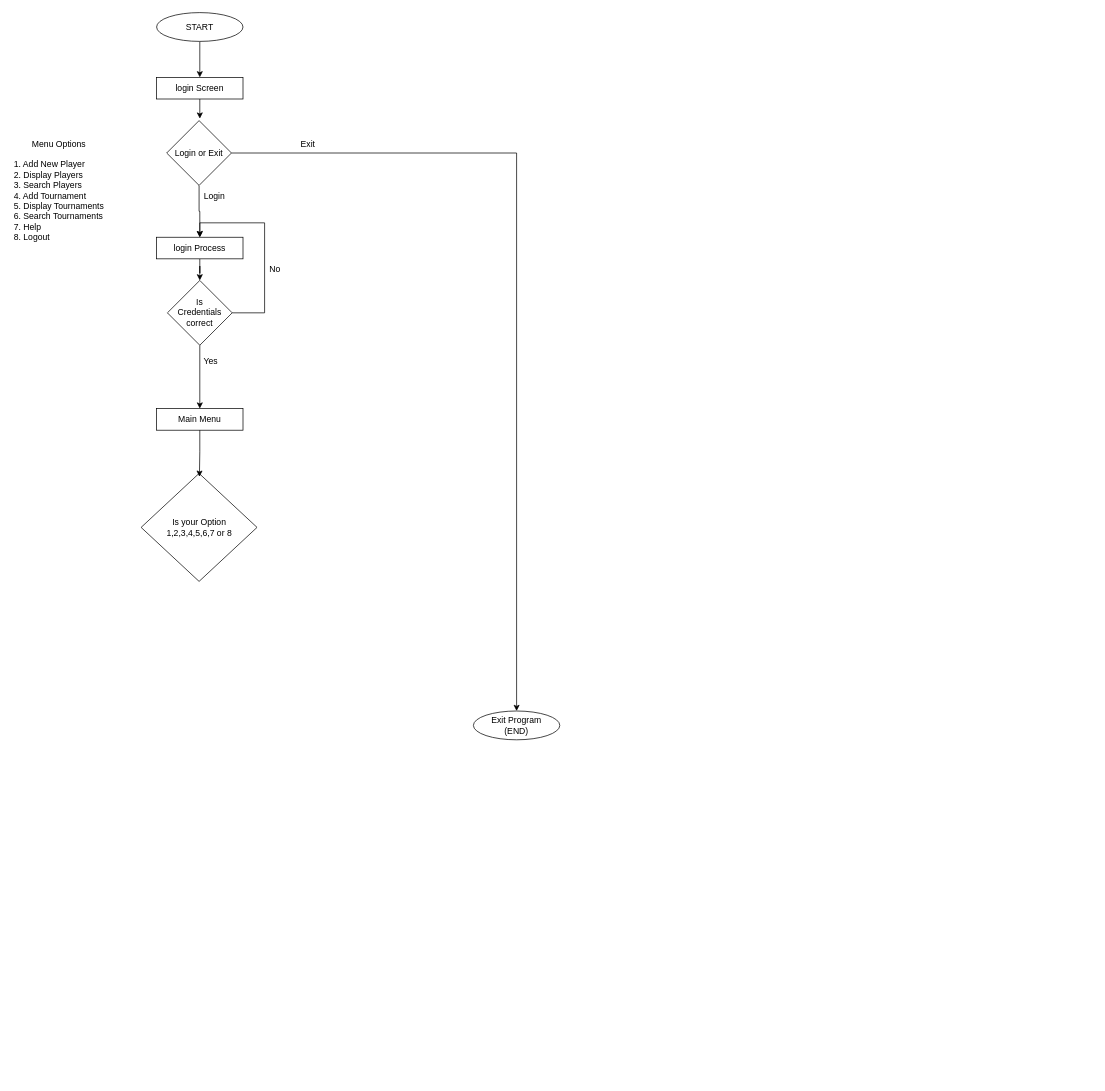
The draw.io diagram javaChessAcademy.drawio in Anuja-jayasinghe/DrawIo_Projects, before the edit. Source tidied: cells renumbered, new cells numbered last; positions are measured from the earlier drawing's top-left corner, leaving out a move shared by most shapes. Both pictures are drawn from the tidied source at 72%, with x=0, y=0 at pixel (12, 12).
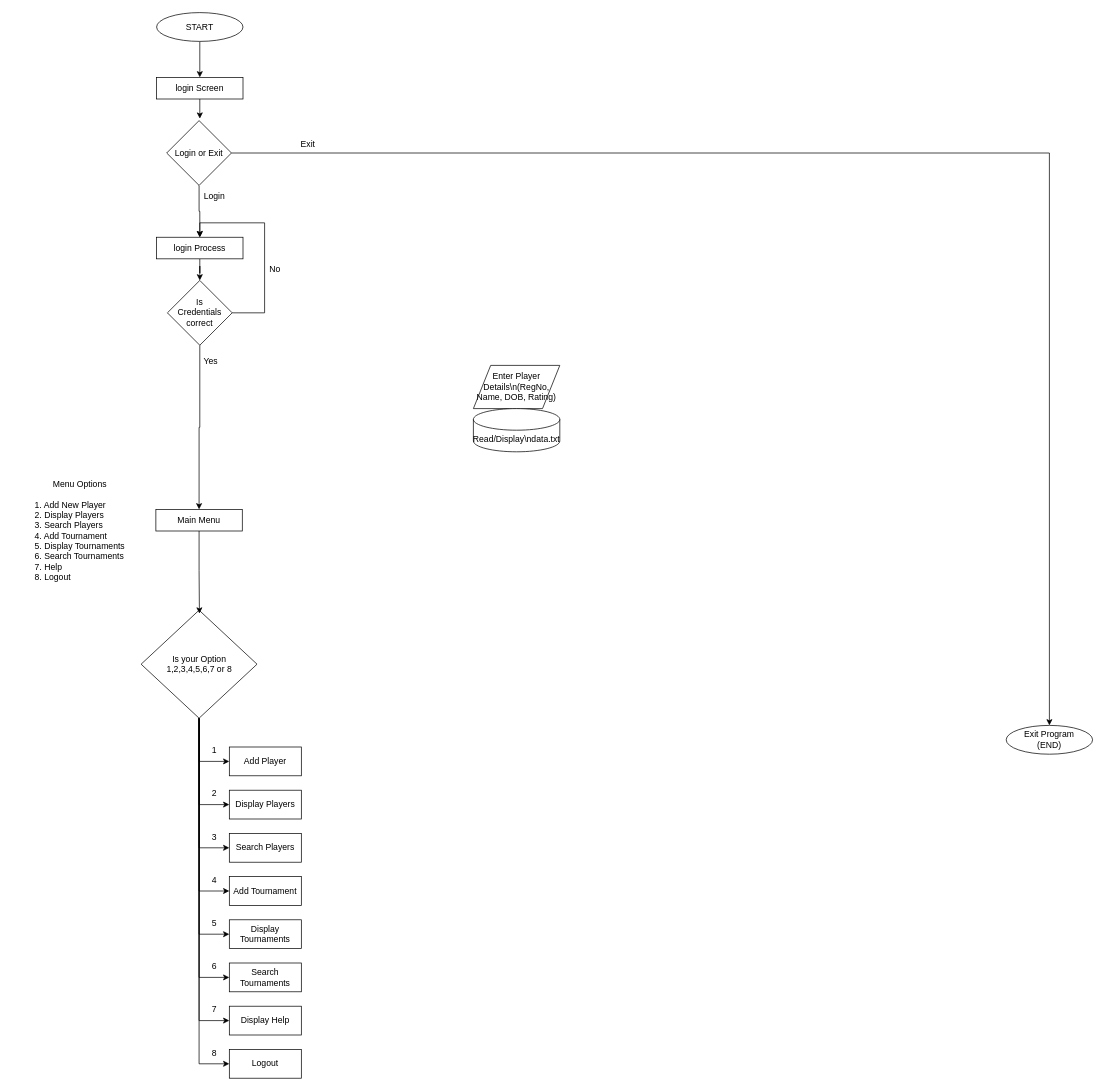
The same diagram, later.

Diff of the diagram source:
```diff
@@
     <mxCell id="8" value="Exit Program&lt;div&gt;(END)&lt;/div&gt;" style="ellipse;whiteSpace=wrap;html=1;" parent="1" vertex="1">
-      <mxGeometry x="640" y="970" width="120" height="40" as="geometry" />
+      <mxGeometry x="1380" y="990" width="120" height="40" as="geometry" />
     </mxCell>
@@
     <mxCell id="19" value="Main Menu" style="rounded=0;whiteSpace=wrap;html=1;" parent="1" vertex="1">
-      <mxGeometry x="200" y="550" width="120" height="30" as="geometry" />
+      <mxGeometry x="199" y="690" width="120" height="30" as="geometry" />
     </mxCell>
+    <mxCell id="23" style="edgeStyle=orthogonalEdgeStyle;rounded=0;jettySize=auto;html=1;entryX=0;entryY=0.5;entryDx=0;entryDy=0;" parent="1" edge="1" source="20" target="31">
+      <mxGeometry relative="1" as="geometry" />
+    </mxCell>
+    <mxCell id="24" style="edgeStyle=orthogonalEdgeStyle;rounded=0;jettySize=auto;html=1;entryX=0;entryY=0.5;entryDx=0;entryDy=0;" parent="1" edge="1" source="20" target="32">
+      <mxGeometry relative="1" as="geometry" />
+    </mxCell>
+    <mxCell id="25" style="edgeStyle=orthogonalEdgeStyle;rounded=0;jettySize=auto;html=1;entryX=0;entryY=0.5;entryDx=0;entryDy=0;" parent="1" edge="1" source="20" target="33">
+      <mxGeometry relative="1" as="geometry" />
+    </mxCell>
+    <mxCell id="26" style="edgeStyle=orthogonalEdgeStyle;rounded=0;jettySize=auto;html=1;entryX=0;entryY=0.5;entryDx=0;entryDy=0;" parent="1" edge="1" source="20" target="34">
+      <mxGeometry relative="1" as="geometry" />
+    </mxCell>
+    <mxCell id="27" style="edgeStyle=orthogonalEdgeStyle;rounded=0;jettySize=auto;html=1;entryX=0;entryY=0.5;entryDx=0;entryDy=0;" parent="1" edge="1" source="20" target="35">
+      <mxGeometry relative="1" as="geometry" />
+    </mxCell>
+    <mxCell id="28" style="edgeStyle=orthogonalEdgeStyle;rounded=0;jettySize=auto;html=1;entryX=0;entryY=0.5;entryDx=0;entryDy=0;" parent="1" edge="1" source="20" target="36">
+      <mxGeometry relative="1" as="geometry" />
+    </mxCell>
+    <mxCell id="29" style="edgeStyle=orthogonalEdgeStyle;rounded=0;jettySize=auto;html=1;entryX=0;entryY=0.5;entryDx=0;entryDy=0;" parent="1" edge="1" source="20" target="37">
+      <mxGeometry relative="1" as="geometry" />
+    </mxCell>
+    <mxCell id="30" style="edgeStyle=orthogonalEdgeStyle;rounded=0;jettySize=auto;html=1;entryX=0;entryY=0.5;entryDx=0;entryDy=0;" parent="1" edge="1" source="20" target="40">
+      <mxGeometry relative="1" as="geometry" />
+    </mxCell>
     <mxCell id="20" value="&lt;div&gt;Is your Option&lt;/div&gt;1,2,3,4,5,6,7 or 8" style="rhombus;whiteSpace=wrap;html=1;" parent="1" vertex="1">
-      <mxGeometry x="178.5" y="640" width="161" height="150" as="geometry" />
+      <mxGeometry x="178.5" y="830" width="161" height="150" as="geometry" />
     </mxCell>
@@
     <mxCell id="22" value="&lt;div style=&quot;text-align: center;&quot;&gt;Menu Options&lt;/div&gt;&lt;div&gt;&lt;br&gt;&lt;/div&gt;&lt;div&gt;1. Add New Player&lt;/div&gt;&lt;div&gt;2. Display Players&lt;/div&gt;&lt;div&gt;3. Search Players&lt;/div&gt;&lt;div&gt;4. Add Tournament&lt;/div&gt;&lt;div&gt;&lt;span style=&quot;background-color: transparent; color: light-dark(rgb(0, 0, 0), rgb(255, 255, 255));&quot;&gt;5. Display Tournaments&lt;/span&gt;&lt;/div&gt;&lt;div&gt;6. Search Tournaments&lt;/div&gt;&lt;div&gt;&lt;span style=&quot;background-color: transparent; color: light-dark(rgb(0, 0, 0), rgb(255, 255, 255));&quot;&gt;7. Help&lt;/span&gt;&lt;/div&gt;&lt;div style=&quot;&quot;&gt;8. Logout&lt;/div&gt;" style="text;html=1;align=left;verticalAlign=middle;strokeColor=none;fillColor=none;" parent="1" vertex="1">
-      <mxGeometry y="167" width="150" height="160" as="geometry" />
+      <mxGeometry x="28.5" y="640" width="150" height="160" as="geometry" />
     </mxCell>
+    <mxCell id="31" value="Add Player" style="rounded=0;whiteSpace=wrap;html=1;" parent="1" vertex="1">
+      <mxGeometry x="301" y="1020" width="100" height="40" as="geometry" />
+    </mxCell>
+    <mxCell id="32" value="Display Players" style="rounded=0;whiteSpace=wrap;html=1;" parent="1" vertex="1">
+      <mxGeometry x="301" y="1080" width="100" height="40" as="geometry" />
+    </mxCell>
+    <mxCell id="33" value="Search Players" style="rounded=0;whiteSpace=wrap;html=1;" parent="1" vertex="1">
+      <mxGeometry x="301" y="1140" width="100" height="40" as="geometry" />
+    </mxCell>
+    <mxCell id="34" value="Add Tournament" style="rounded=0;whiteSpace=wrap;html=1;" parent="1" vertex="1">
+      <mxGeometry x="301" y="1200" width="100" height="40" as="geometry" />
+    </mxCell>
+    <mxCell id="35" value="Display Tournaments" style="rounded=0;whiteSpace=wrap;html=1;" parent="1" vertex="1">
+      <mxGeometry x="301" y="1260" width="100" height="40" as="geometry" />
+    </mxCell>
+    <mxCell id="36" value="Search Tournaments" style="rounded=0;whiteSpace=wrap;html=1;" parent="1" vertex="1">
+      <mxGeometry x="301" y="1320" width="100" height="40" as="geometry" />
+    </mxCell>
+    <mxCell id="37" value="Display Help" style="rounded=0;whiteSpace=wrap;html=1;" parent="1" vertex="1">
+      <mxGeometry x="301" y="1380" width="100" height="40" as="geometry" />
+    </mxCell>
+    <mxCell id="38" value="Enter Player Details\n(RegNo, Name, DOB, Rating)" style="shape=parallelogram;perimeter=parallelogramPerimeter;whiteSpace=wrap;html=1;" parent="1" vertex="1">
+      <mxGeometry x="640" y="490" width="120" height="60" as="geometry" />
+    </mxCell>
+    <mxCell id="39" value="Read/Display\ndata.txt" style="shape=cylinder3;whiteSpace=wrap;html=1;boundedLbl=1;" parent="1" vertex="1">
+      <mxGeometry x="640" y="550" width="120" height="60" as="geometry" />
+    </mxCell>
+    <mxCell id="40" value="Logout" style="rounded=0;whiteSpace=wrap;html=1;" parent="1" vertex="1">
+      <mxGeometry x="301" y="1440" width="100" height="40" as="geometry" />
+    </mxCell>
+    <mxCell id="41" value="1" style="text;html=1;align=center;verticalAlign=middle;strokeColor=none;fillColor=none;" parent="1" vertex="1">
+      <mxGeometry x="265" y="1010" width="30" height="30" as="geometry" />
+    </mxCell>
+    <mxCell id="42" value="2" style="text;html=1;align=center;verticalAlign=middle;strokeColor=none;fillColor=none;" parent="1" vertex="1">
+      <mxGeometry x="265" y="1070" width="30" height="30" as="geometry" />
+    </mxCell>
+    <mxCell id="43" value="3" style="text;html=1;align=center;verticalAlign=middle;strokeColor=none;fillColor=none;" parent="1" vertex="1">
+      <mxGeometry x="265" y="1130" width="30" height="30" as="geometry" />
+    </mxCell>
+    <mxCell id="44" value="4" style="text;html=1;align=center;verticalAlign=middle;strokeColor=none;fillColor=none;" parent="1" vertex="1">
+      <mxGeometry x="265" y="1190" width="30" height="30" as="geometry" />
+    </mxCell>
+    <mxCell id="45" value="5" style="text;html=1;align=center;verticalAlign=middle;strokeColor=none;fillColor=none;" parent="1" vertex="1">
+      <mxGeometry x="265" y="1250" width="30" height="30" as="geometry" />
+    </mxCell>
+    <mxCell id="46" value="6" style="text;html=1;align=center;verticalAlign=middle;strokeColor=none;fillColor=none;" parent="1" vertex="1">
+      <mxGeometry x="265" y="1310" width="30" height="30" as="geometry" />
+    </mxCell>
+    <mxCell id="47" value="7" style="text;html=1;align=center;verticalAlign=middle;strokeColor=none;fillColor=none;" parent="1" vertex="1">
+      <mxGeometry x="265" y="1370" width="30" height="30" as="geometry" />
+    </mxCell>
+    <mxCell id="48" value="8" style="text;html=1;align=center;verticalAlign=middle;strokeColor=none;fillColor=none;" parent="1" vertex="1">
+      <mxGeometry x="265" y="1430" width="30" height="30" as="geometry" />
+    </mxCell>
```
